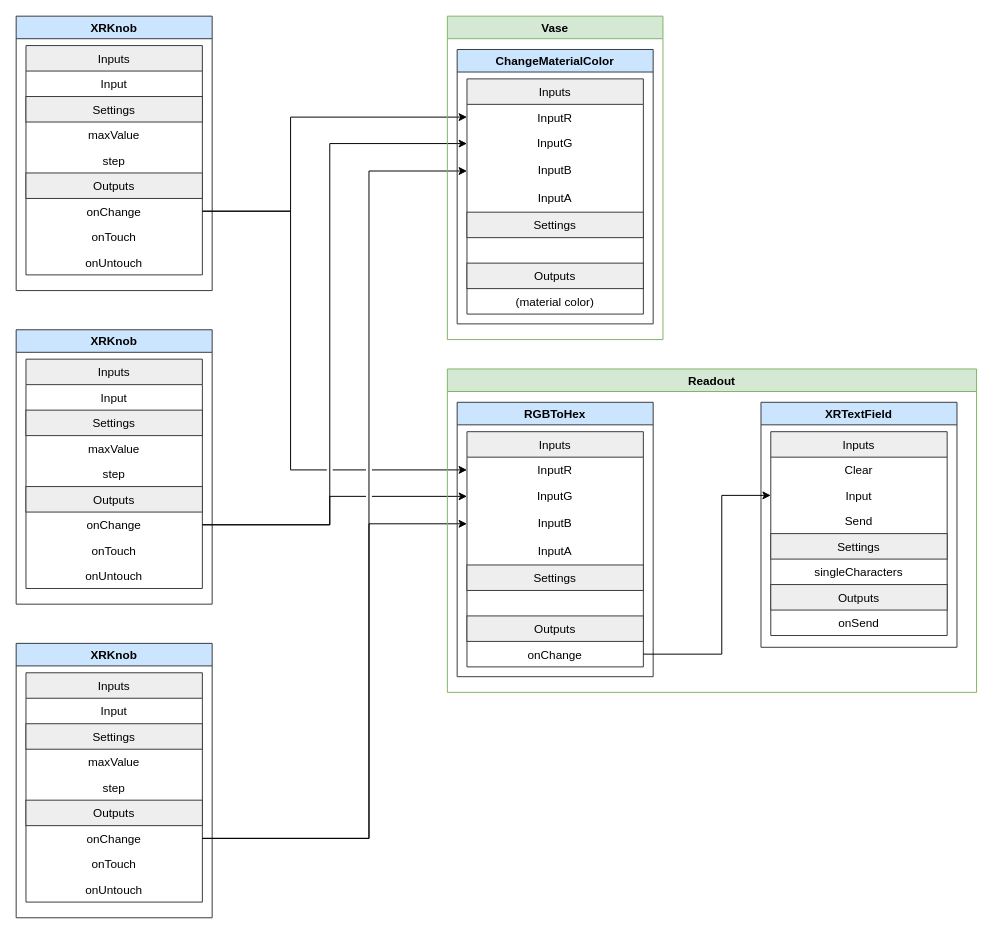
This is Unity OpenXR Base/Documentation/Examples/Changing colour of a Texture with knobs.drawio from smart-digital-lab/openxr_ux_base, a draw.io file, before an edit. Source tidied: cells renumbered, new cells numbered last; positions are measured from the earlier drawing's top-left corner, leaving out a move shared by most shapes. Both pictures are drawn from the tidied source at 98%, with x=0, y=0 at pixel (16, 16).
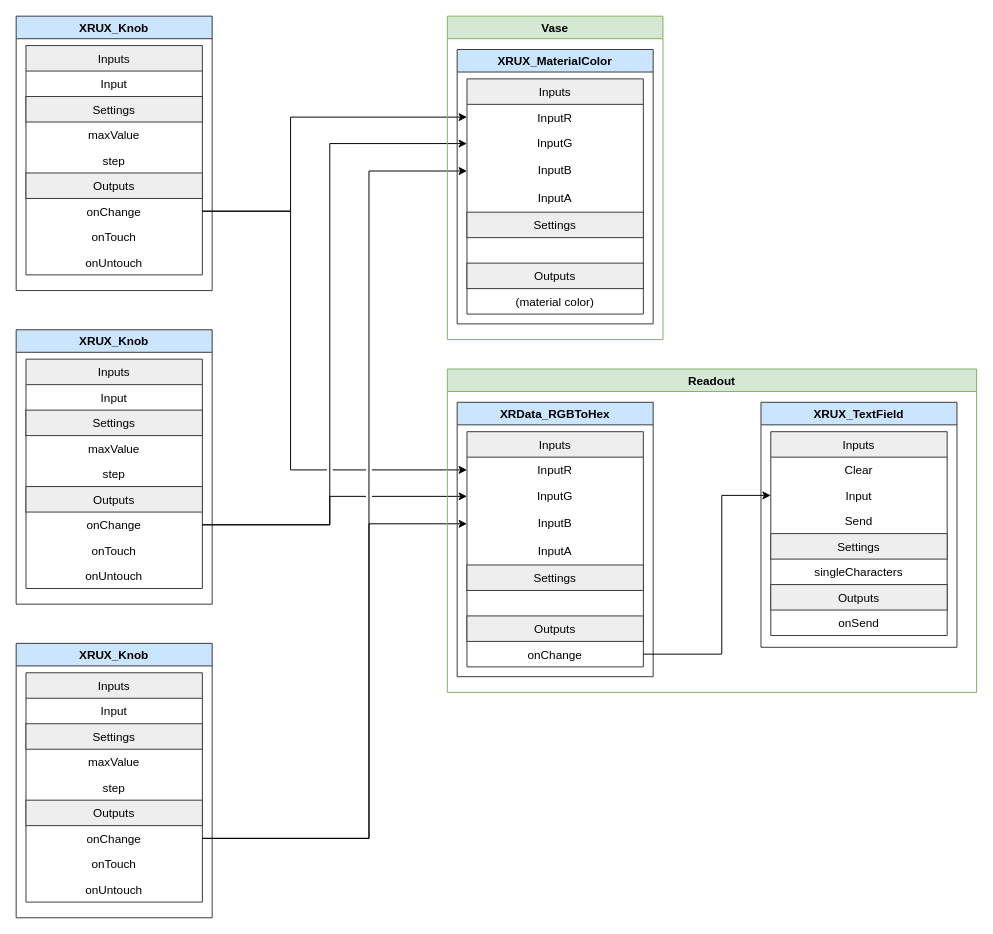
The same page after the edit.

Unchanged cells that the change refers to:
```xml
<mxCell id="38" value="Vase" style="swimlane;fillColor=#d5e8d4;strokeColor=#82b366;" parent="1" vertex="1">
  <mxGeometry x="440" width="220" height="330" as="geometry" />
</mxCell>
<mxCell id="49" value="Readout" style="swimlane;fillColor=#d5e8d4;strokeColor=#82b366;" parent="1" vertex="1">
  <mxGeometry x="440" y="360" width="540" height="330" as="geometry" />
</mxCell>
```

The edit, as a diff of the source:
```diff
@@
-    <mxCell id="2" value="XRKnob" style="swimlane;fillColor=#cce5ff;strokeColor=#36393d;" parent="1" vertex="1">
+    <mxCell id="2" value="XRUX_Knob" style="swimlane;fillColor=#cce5ff;strokeColor=#36393d;" parent="1" vertex="1">
       <mxGeometry width="200" height="280" as="geometry" />
     </mxCell>
@@
-    <mxCell id="12" value="XRKnob" style="swimlane;fillColor=#cce5ff;strokeColor=#36393d;" parent="1" vertex="1">
+    <mxCell id="12" value="XRUX_Knob" style="swimlane;fillColor=#cce5ff;strokeColor=#36393d;" parent="1" vertex="1">
       <mxGeometry y="640" width="200" height="280" as="geometry" />
     </mxCell>
@@
-    <mxCell id="22" value="XRKnob" style="swimlane;fillColor=#cce5ff;strokeColor=#36393d;" parent="1" vertex="1">
+    <mxCell id="22" value="XRUX_Knob" style="swimlane;fillColor=#cce5ff;strokeColor=#36393d;" parent="1" vertex="1">
       <mxGeometry y="320" width="200" height="280" as="geometry" />
     </mxCell>
@@
-    <mxCell id="39" value="ChangeMaterialColor" style="swimlane;fillColor=#cce5ff;strokeColor=#36393d;" parent="38" vertex="1">
+    <mxCell id="39" value="XRUX_MaterialColor" style="swimlane;fillColor=#cce5ff;strokeColor=#36393d;" parent="38" vertex="1">
       <mxGeometry x="10" y="34" width="200" height="280" as="geometry" />
     </mxCell>
@@
-    <mxCell id="50" value="RGBToHex" style="swimlane;fillColor=#cce5ff;strokeColor=#36393d;" parent="49" vertex="1">
+    <mxCell id="50" value="XRData_RGBToHex" style="swimlane;fillColor=#cce5ff;strokeColor=#36393d;" parent="49" vertex="1">
       <mxGeometry x="10" y="34" width="200" height="280" as="geometry" />
     </mxCell>
@@
-    <mxCell id="60" value="XRTextField" style="swimlane;fillColor=#cce5ff;strokeColor=#36393d;" parent="1" vertex="1">
+    <mxCell id="60" value="XRUX_TextField" style="swimlane;fillColor=#cce5ff;strokeColor=#36393d;startSize=23;" parent="1" vertex="1">
       <mxGeometry x="760" y="394" width="200" height="250" as="geometry" />
     </mxCell>
```
